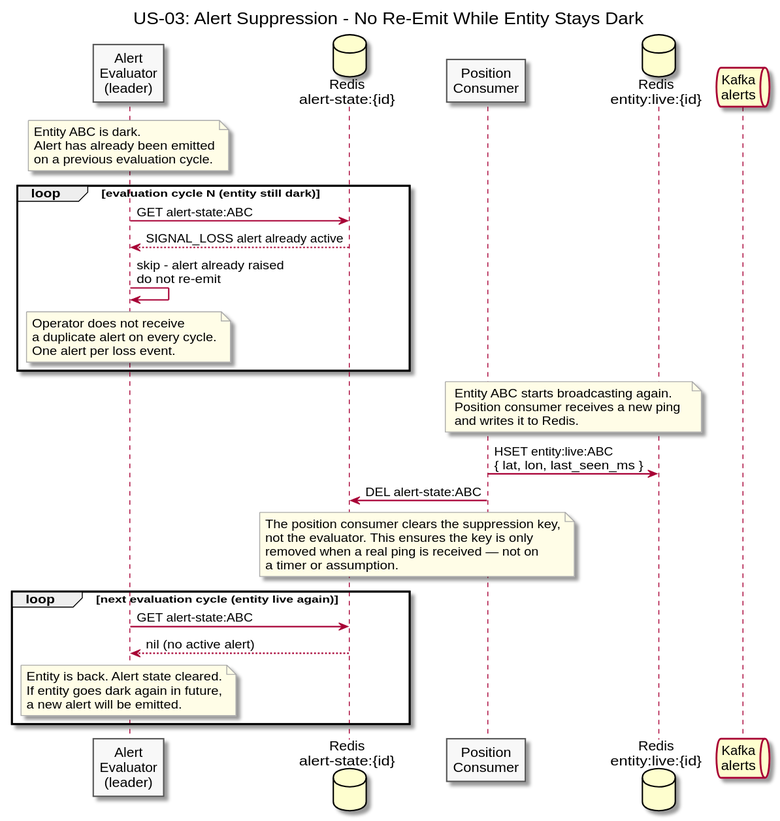
Earlier version of the PlantUML export diagrams/docs/use-cases/US-03-signal-loss-alert/alert-suppression.svg (Buffden/sentinel).
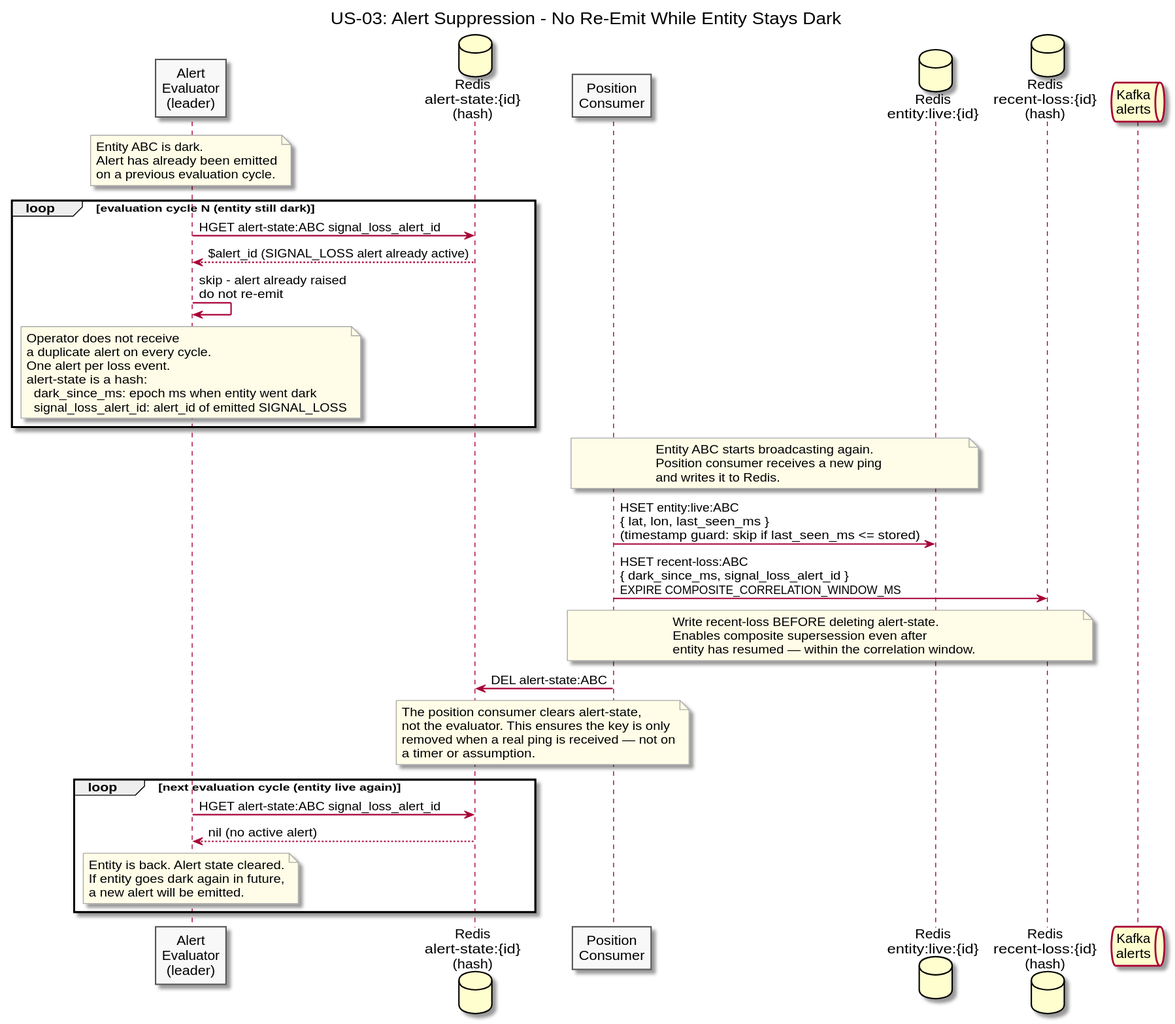
The same file after the commit.

Diff of the diagram source:
```diff
@@ -8,9 +8,10 @@
 skinparam noteBackgroundColor #FFFDE7
 
 participant "Alert\nEvaluator\n(leader)" as Evaluator
-database "Redis\nalert-state:{id}" as AlertState
+database "Redis\nalert-state:{id}\n(hash)" as AlertState
 participant "Position\nConsumer" as Consumer
 database "Redis\nentity:live:{id}" as LiveState
+database "Redis\nrecent-loss:{id}\n(hash)" as RecentLoss
 queue "Kafka\nalerts" as Kafka
 
 note over Evaluator
@@ -20,8 +21,8 @@
 end note
 
 loop evaluation cycle N (entity still dark)
-  Evaluator -> AlertState : GET alert-state:ABC
-  AlertState --> Evaluator : SIGNAL_LOSS alert already active
+  Evaluator -> AlertState : HGET alert-state:ABC signal_loss_alert_id
+  AlertState --> Evaluator : $alert_id (SIGNAL_LOSS alert already active)
 
   Evaluator -> Evaluator : skip - alert already raised\ndo not re-emit
 
@@ -29,6 +30,9 @@
     Operator does not receive
     a duplicate alert on every cycle.
     One alert per loss event.
+    alert-state is a hash:
+      dark_since_ms: epoch ms when entity went dark
+      signal_loss_alert_id: alert_id of emitted SIGNAL_LOSS
   end note
 end
 
@@ -38,17 +42,23 @@
   and writes it to Redis.
 end note
 
-Consumer -> LiveState : HSET entity:live:ABC\n{ lat, lon, last_seen_ms }
+Consumer -> LiveState : HSET entity:live:ABC\n{ lat, lon, last_seen_ms }\n(timestamp guard: skip if last_seen_ms <= stored)
+Consumer -> RecentLoss : HSET recent-loss:ABC\n{ dark_since_ms, signal_loss_alert_id }\nEXPIRE COMPOSITE_CORRELATION_WINDOW_MS
+note over Consumer, RecentLoss
+  Write recent-loss BEFORE deleting alert-state.
+  Enables composite supersession even after
+  entity has resumed — within the correlation window.
+end note
 Consumer -> AlertState : DEL alert-state:ABC
 note over Consumer, AlertState
-  The position consumer clears the suppression key,
+  The position consumer clears alert-state,
   not the evaluator. This ensures the key is only
   removed when a real ping is received — not on
   a timer or assumption.
 end note
 
 loop next evaluation cycle (entity live again)
-  Evaluator -> AlertState : GET alert-state:ABC
+  Evaluator -> AlertState : HGET alert-state:ABC signal_loss_alert_id
   AlertState --> Evaluator : nil (no active alert)
 
   note over Evaluator
```
